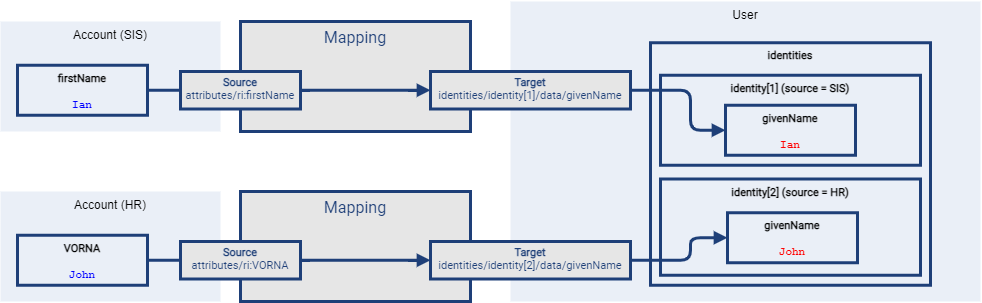
This is docs/correlation/mapping-redirection-2.drawio.png from Evolveum/midpoint, a draw.io export, as it was before one commit. Source tidied: cells renumbered, new cells last; positions are measured from the earlier drawing's top-left corner, leaving out a move shared by most shapes.
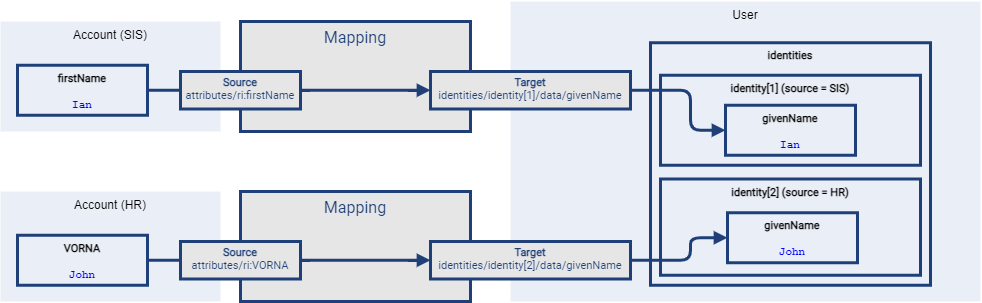
The same diagram one commit later.

Change to the diagram source:
```diff
@@ -61,13 +61,13 @@
     <mxCell id="18" value="identity[1] (source = SIS)" style="rounded=0;whiteSpace=wrap;html=1;strokeWidth=3;perimeterSpacing=0;glass=0;fontFamily=Roboto;fontSource=https%3A%2F%2Ffonts.googleapis.com%2Fcss%3Ffamily%3DRoboto;fontSize=11;fontStyle=1;spacing=2;strokeColor=#1E3F78;verticalAlign=top;fillColor=#EAEFF7;" parent="1" vertex="1">
       <mxGeometry x="660" y="73.8" width="260" height="90" as="geometry" />
     </mxCell>
-    <mxCell id="19" value="givenName&lt;span style=&quot;font-weight: normal&quot;&gt;&lt;br&gt;&lt;br&gt;&lt;/span&gt;&lt;font color=&quot;#ff0000&quot; style=&quot;&quot; face=&quot;Courier New&quot;&gt;Ian&lt;/font&gt;" style="rounded=0;whiteSpace=wrap;html=1;strokeWidth=3;perimeterSpacing=0;glass=0;fontFamily=Roboto;fontSource=https%3A%2F%2Ffonts.googleapis.com%2Fcss%3Ffamily%3DRoboto;fontSize=11;fontStyle=1;spacing=2;strokeColor=#1E3F78;verticalAlign=top;fillColor=#EAEFF7;" parent="1" vertex="1">
+    <mxCell id="19" value="givenName&lt;span style=&quot;font-weight: normal&quot;&gt;&lt;br&gt;&lt;br&gt;&lt;/span&gt;&lt;font color=&quot;#0000ff&quot; style=&quot;&quot; face=&quot;Courier New&quot;&gt;Ian&lt;/font&gt;" style="rounded=0;whiteSpace=wrap;html=1;strokeWidth=3;perimeterSpacing=0;glass=0;fontFamily=Roboto;fontSource=https%3A%2F%2Ffonts.googleapis.com%2Fcss%3Ffamily%3DRoboto;fontSize=11;fontStyle=1;spacing=2;strokeColor=#1E3F78;verticalAlign=top;fillColor=#EAEFF7;" parent="1" vertex="1">
       <mxGeometry x="725" y="103.8" width="130" height="50" as="geometry" />
     </mxCell>
     <mxCell id="20" value="identity[2] (source = HR)" style="rounded=0;whiteSpace=wrap;html=1;strokeWidth=3;perimeterSpacing=0;glass=0;fontFamily=Roboto;fontSource=https%3A%2F%2Ffonts.googleapis.com%2Fcss%3Ffamily%3DRoboto;fontSize=11;fontStyle=1;spacing=2;strokeColor=#1E3F78;verticalAlign=top;fillColor=#EAEFF7;" parent="1" vertex="1">
       <mxGeometry x="660" y="177.5" width="260" height="96.2" as="geometry" />
     </mxCell>
-    <mxCell id="21" value="givenName&lt;span style=&quot;font-weight: normal&quot;&gt;&lt;br&gt;&lt;br&gt;&lt;/span&gt;&lt;font color=&quot;#ff0000&quot; style=&quot;&quot; face=&quot;Courier New&quot;&gt;John&lt;/font&gt;" style="rounded=0;whiteSpace=wrap;html=1;strokeWidth=3;perimeterSpacing=0;glass=0;fontFamily=Roboto;fontSource=https%3A%2F%2Ffonts.googleapis.com%2Fcss%3Ffamily%3DRoboto;fontSize=11;fontStyle=1;spacing=2;strokeColor=#1E3F78;verticalAlign=top;fillColor=#EAEFF7;" parent="1" vertex="1">
+    <mxCell id="21" value="givenName&lt;span style=&quot;font-weight: normal&quot;&gt;&lt;br&gt;&lt;br&gt;&lt;/span&gt;&lt;font color=&quot;#0000ff&quot; style=&quot;&quot; face=&quot;Courier New&quot;&gt;John&lt;/font&gt;" style="rounded=0;whiteSpace=wrap;html=1;strokeWidth=3;perimeterSpacing=0;glass=0;fontFamily=Roboto;fontSource=https%3A%2F%2Ffonts.googleapis.com%2Fcss%3Ffamily%3DRoboto;fontSize=11;fontStyle=1;spacing=2;strokeColor=#1E3F78;verticalAlign=top;fillColor=#EAEFF7;" parent="1" vertex="1">
       <mxGeometry x="727" y="211.2" width="130" height="50" as="geometry" />
     </mxCell>
     <mxCell id="22" style="edgeStyle=elbowEdgeStyle;endArrow=block;html=1;fontFamily=Roboto;fontSource=https%3A%2F%2Ffonts.googleapis.com%2Fcss2%3Ffamily%3DRoboto%3Aital%2Cwght%401%2C300%26display%3Dswapp;fontSize=9;fontColor=#FFFFFF;strokeColor=#1E3F78;strokeWidth=3;endFill=1;rounded=1;endSize=6;jumpSize=6;exitX=1;exitY=0.5;exitDx=0;exitDy=0;entryX=0;entryY=0.5;entryDx=0;entryDy=0;" parent="1" edge="1" source="14" target="21">
```
